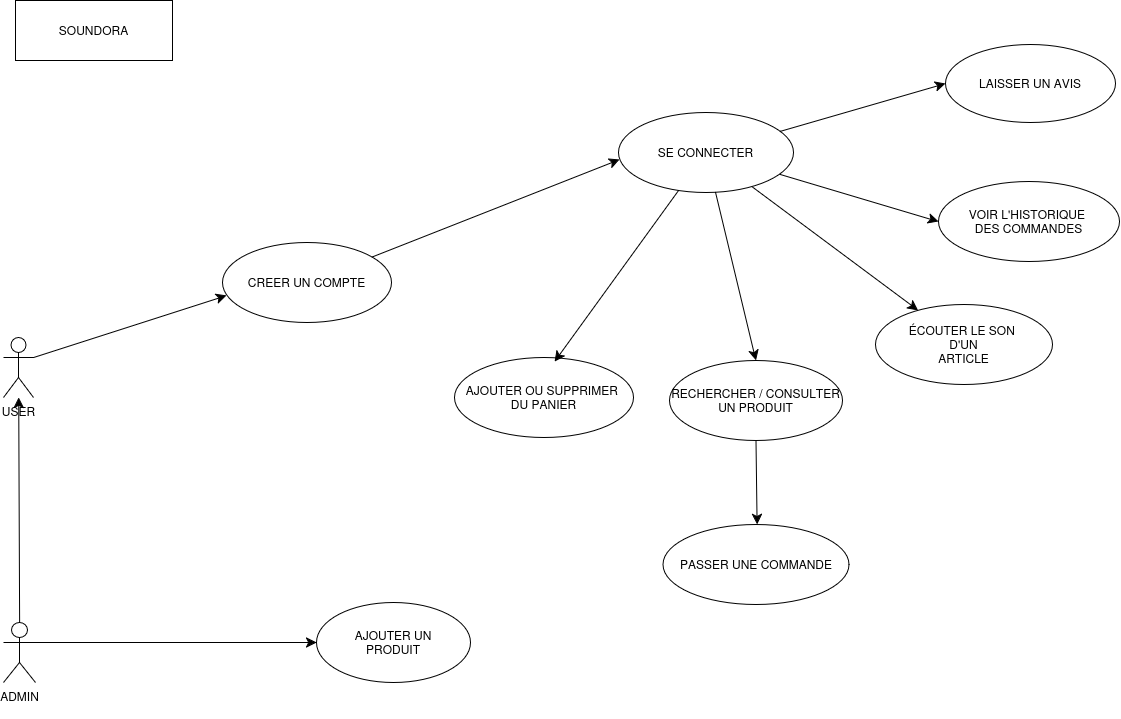
Earlier version of the draw.io export useCase SOUNDORA.drawio.png (Bast8313/soundora). Source tidied: cells renumbered, new cells last; positions are measured from the earlier drawing's top-left corner, leaving out a move shared by most shapes.
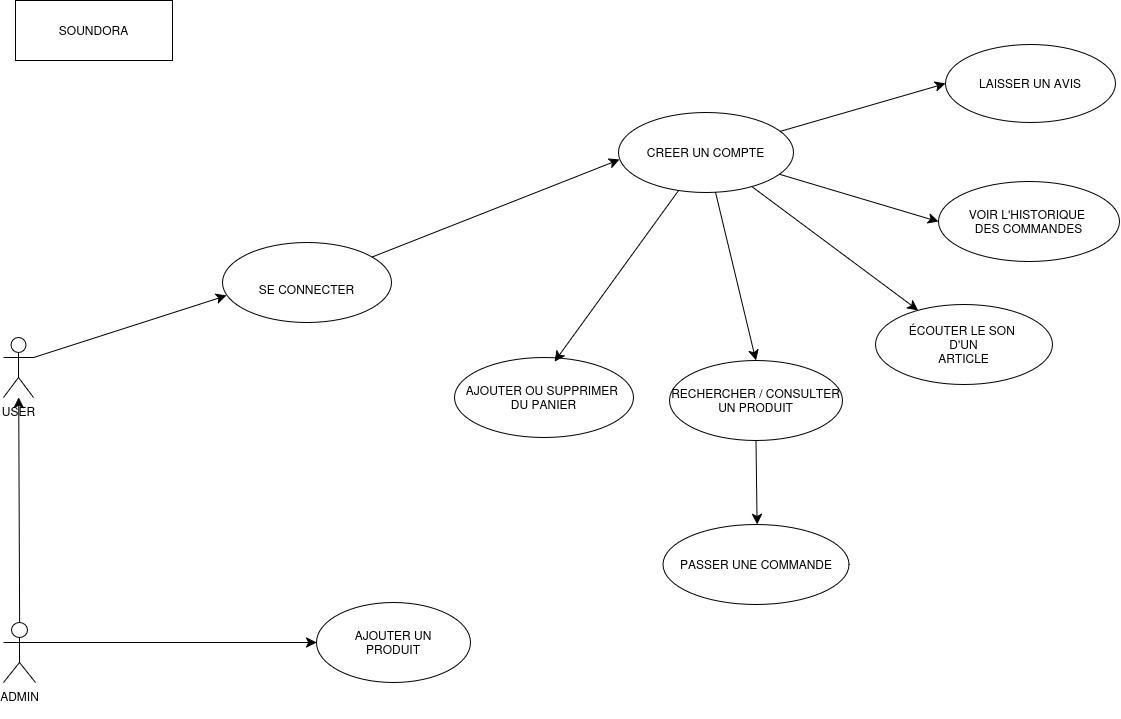
Above is the later version.

Commit message:
Mettre à jour useCase SOUNDORA.drawio.png

What changed in the source:
```diff
@@ -11,7 +11,7 @@
     <mxCell id="4" value="&lt;div&gt;LAISSER UN AVIS&lt;/div&gt;" style="ellipse;whiteSpace=wrap;html=1;labelBackgroundColor=none;" parent="1" vertex="1">
       <mxGeometry x="942" y="44" width="170" height="78" as="geometry" />
     </mxCell>
-    <mxCell id="5" value="CREER UN COMPTE" style="ellipse;whiteSpace=wrap;html=1;labelBackgroundColor=none;" parent="1" vertex="1">
+    <mxCell id="5" value="&lt;div&gt;&lt;br&gt;&lt;/div&gt;&lt;div&gt;SE CONNECTER&lt;/div&gt;" style="ellipse;whiteSpace=wrap;html=1;labelBackgroundColor=none;" parent="1" vertex="1">
       <mxGeometry x="219" y="242" width="169" height="80" as="geometry" />
     </mxCell>
     <mxCell id="6" style="edgeStyle=none;curved=1;rounded=0;jettySize=auto;html=1;fontSize=12;startSize=8;endSize=8;entryX=0;entryY=0.5;entryDx=0;entryDy=0;labelBackgroundColor=none;fontColor=default;" parent="1" edge="1" source="8" target="16">
@@ -20,7 +20,7 @@
     <mxCell id="7" style="edgeStyle=none;curved=1;rounded=0;jettySize=auto;html=1;fontSize=12;startSize=8;endSize=8;labelBackgroundColor=none;fontColor=default;" parent="1" edge="1" source="8" target="26">
       <mxGeometry relative="1" as="geometry" />
     </mxCell>
-    <mxCell id="8" value="SE CONNECTER" style="ellipse;whiteSpace=wrap;html=1;labelBackgroundColor=none;" parent="1" vertex="1">
+    <mxCell id="8" value="&lt;div&gt;CREER UN COMPTE&lt;/div&gt;" style="ellipse;whiteSpace=wrap;html=1;labelBackgroundColor=none;" parent="1" vertex="1">
       <mxGeometry x="615" y="112" width="175" height="80" as="geometry" />
     </mxCell>
     <mxCell id="9" style="edgeStyle=none;curved=1;rounded=0;jettySize=auto;html=1;fontSize=12;startSize=8;endSize=8;exitX=0.5;exitY=1;exitDx=0;exitDy=0;labelBackgroundColor=none;fontColor=default;" parent="1" edge="1" source="10" target="15">
```
